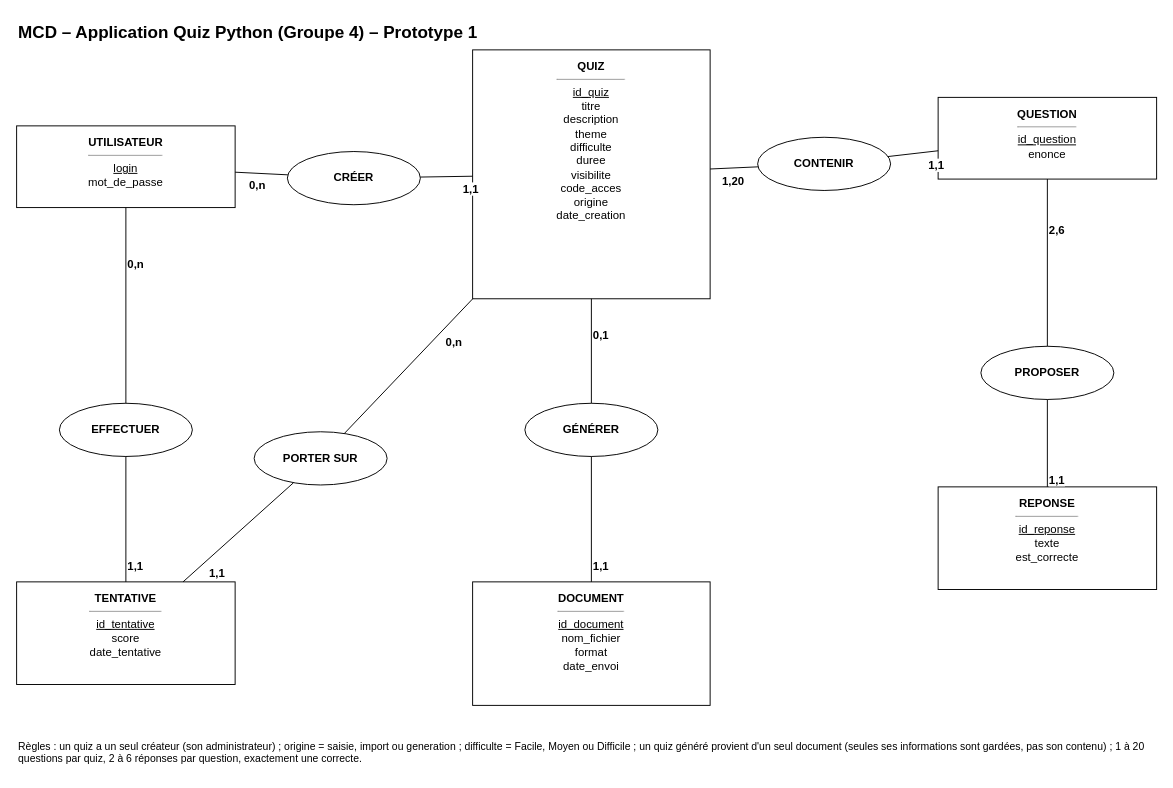
This is docs/MCD_Prototype1.drawio from ohn-tech/proj531-quiz-groupe4, a draw.io file, before an edit. Source tidied: cells renumbered, new cells numbered last; positions are measured from the earlier drawing's top-left corner, leaving out a move shared by most shapes. Both pictures are drawn from the tidied source at 95%, with x=0, y=0 at pixel (16, 16).
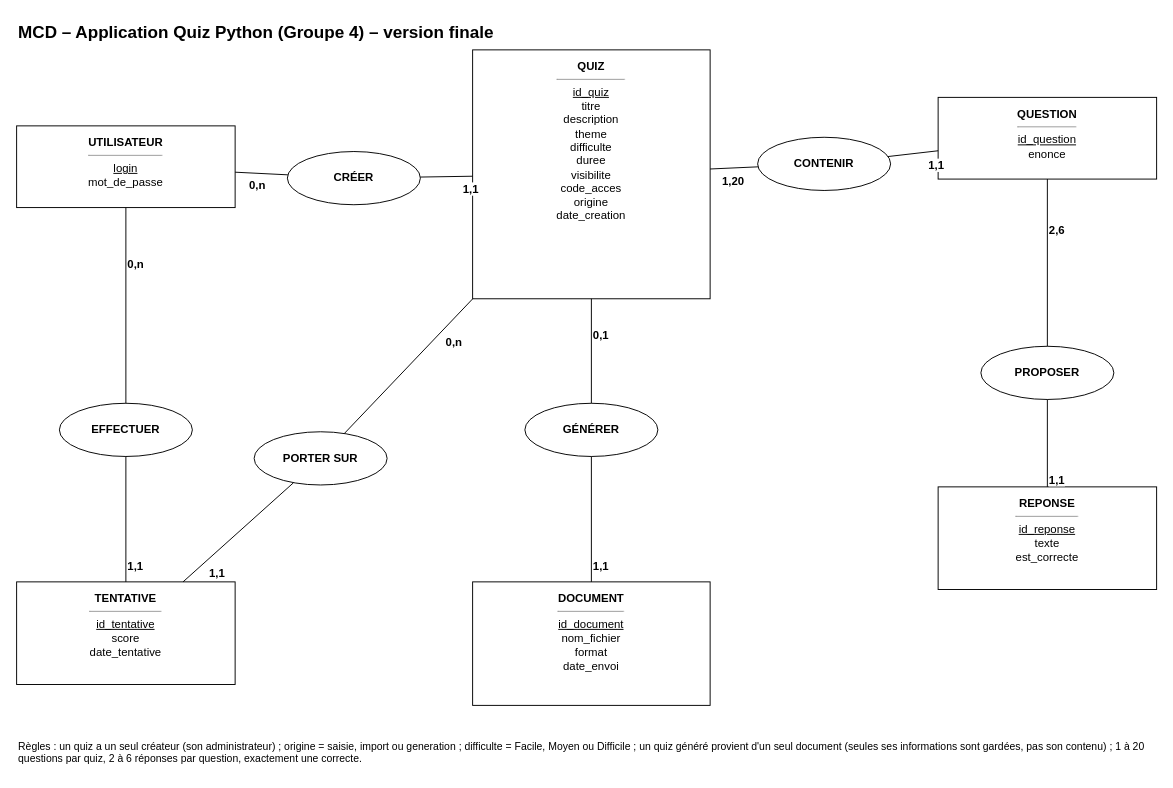
The same diagram, later.

What changed in the source:
```diff
@@
-    <mxCell id="2" value="MCD – Application Quiz Python (Groupe 4) – Prototype 1" style="text;html=1;fontSize=18;fontStyle=1;fontColor=#000000;align=left;" parent="1" vertex="1">
+    <mxCell id="2" value="MCD – Application Quiz Python (Groupe 4) – version finale" style="text;html=1;fontSize=18;fontStyle=1;fontColor=#000000;align=left;" parent="1" vertex="1">
       <mxGeometry width="700" height="30" as="geometry" />
     </mxCell>
```
